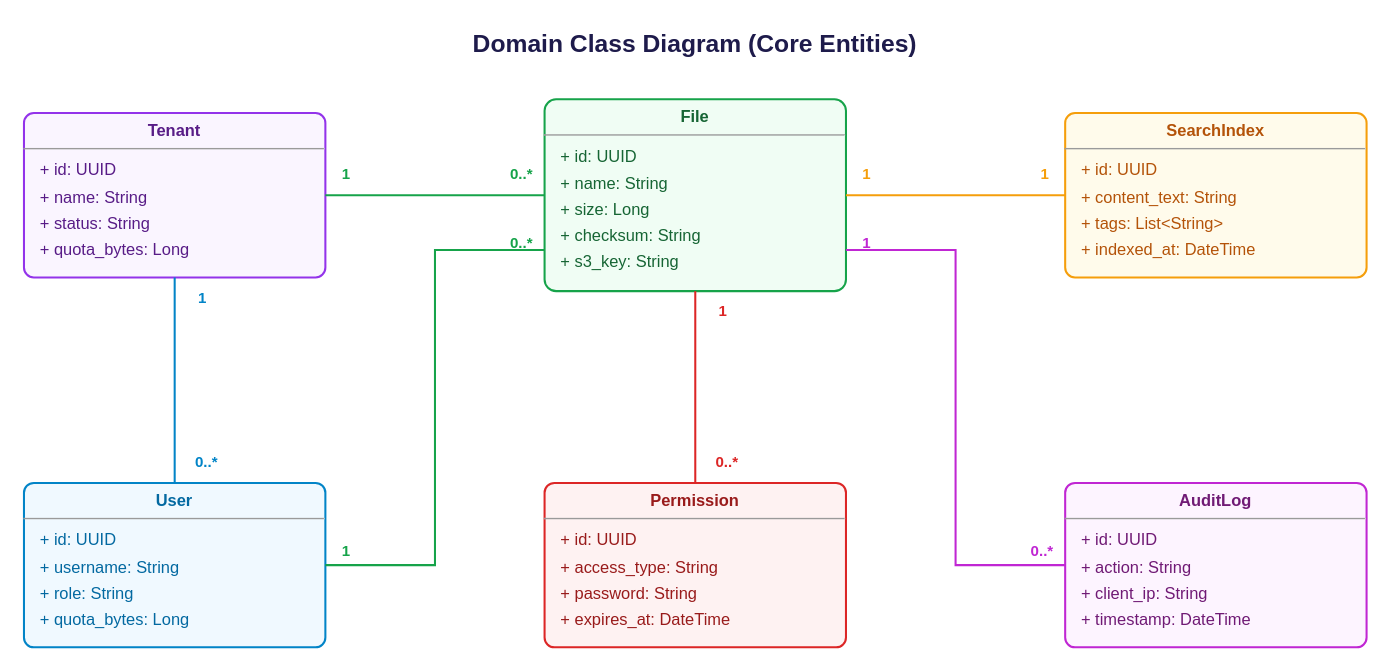
Before: domain_class_diagram_minimalist.drawio in FilestoreCloud/docs, a draw.io diagram. Source tidied: cells renumbered, new cells numbered last; positions are measured from the earlier drawing's top-left corner, leaving out a move shared by most shapes. Both pictures are drawn from the tidied source at 137%, with x=0, y=0 at pixel (23, 23).
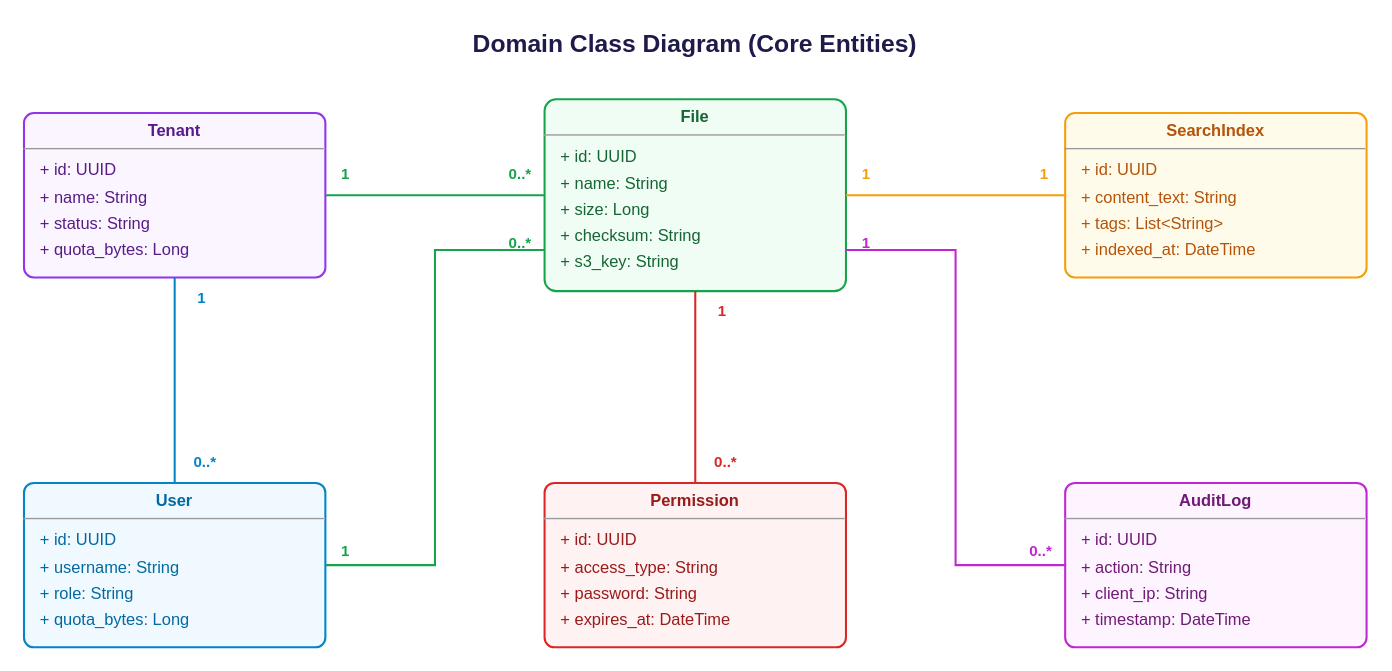
After the change.

The edit, as a diff of the source:
```diff
@@
-    <mxCell id="10" value="1" style="text;html=1;align=center;verticalAlign=middle;fontSize=11;fontStyle=1;fontColor=#0284C7;" parent="1" vertex="1">
+    <mxCell id="10" value="1" style="text;html=1;align=center;verticalAlign=middle;fontSize=11;fontStyle=1;fontColor=#0284C7;whiteSpace=wrap;" parent="1" vertex="1">
       <mxGeometry x="120" y="190" width="20" height="20" as="geometry" />
     </mxCell>
-    <mxCell id="11" value="0..*" style="text;html=1;align=center;verticalAlign=middle;fontSize=11;fontStyle=1;fontColor=#0284C7;" parent="1" vertex="1">
+    <mxCell id="11" value="0..*" style="text;html=1;align=center;verticalAlign=middle;fontSize=11;fontStyle=1;fontColor=#0284C7;whiteSpace=wrap;" parent="1" vertex="1">
       <mxGeometry x="120" y="310" width="25" height="20" as="geometry" />
     </mxCell>
@@
-    <mxCell id="13" value="1" style="text;html=1;align=center;verticalAlign=middle;fontSize=11;fontStyle=1;fontColor=#16A34A;" parent="1" vertex="1">
+    <mxCell id="13" value="1" style="text;html=1;align=center;verticalAlign=middle;fontSize=11;fontStyle=1;fontColor=#16A34A;whiteSpace=wrap;" parent="1" vertex="1">
       <mxGeometry x="225" y="100" width="20" height="20" as="geometry" />
     </mxCell>
-    <mxCell id="14" value="0..*" style="text;html=1;align=center;verticalAlign=middle;fontSize=11;fontStyle=1;fontColor=#16A34A;" parent="1" vertex="1">
+    <mxCell id="14" value="0..*" style="text;html=1;align=center;verticalAlign=middle;fontSize=11;fontStyle=1;fontColor=#16A34A;whiteSpace=wrap;" parent="1" vertex="1">
       <mxGeometry x="350" y="100" width="25" height="20" as="geometry" />
     </mxCell>
@@
-    <mxCell id="16" value="1" style="text;html=1;align=center;verticalAlign=middle;fontSize=11;fontStyle=1;fontColor=#16A34A;" parent="1" vertex="1">
+    <mxCell id="16" value="1" style="text;html=1;align=center;verticalAlign=middle;fontSize=11;fontStyle=1;fontColor=#16A34A;whiteSpace=wrap;" parent="1" vertex="1">
       <mxGeometry x="225" y="375" width="20" height="20" as="geometry" />
     </mxCell>
-    <mxCell id="17" value="0..*" style="text;html=1;align=center;verticalAlign=middle;fontSize=11;fontStyle=1;fontColor=#16A34A;" parent="1" vertex="1">
+    <mxCell id="17" value="0..*" style="text;html=1;align=center;verticalAlign=middle;fontSize=11;fontStyle=1;fontColor=#16A34A;whiteSpace=wrap;" parent="1" vertex="1">
       <mxGeometry x="350" y="150" width="25" height="20" as="geometry" />
     </mxCell>
@@
-    <mxCell id="19" value="1" style="text;html=1;align=center;verticalAlign=middle;fontSize=11;fontStyle=1;fontColor=#F59E0B;" parent="1" vertex="1">
+    <mxCell id="19" value="1" style="text;html=1;align=center;verticalAlign=middle;fontSize=11;fontStyle=1;fontColor=#F59E0B;whiteSpace=wrap;" parent="1" vertex="1">
       <mxGeometry x="605" y="100" width="20" height="20" as="geometry" />
     </mxCell>
-    <mxCell id="20" value="1" style="text;html=1;align=center;verticalAlign=middle;fontSize=11;fontStyle=1;fontColor=#F59E0B;" parent="1" vertex="1">
+    <mxCell id="20" value="1" style="text;html=1;align=center;verticalAlign=middle;fontSize=11;fontStyle=1;fontColor=#F59E0B;whiteSpace=wrap;" parent="1" vertex="1">
       <mxGeometry x="735" y="100" width="20" height="20" as="geometry" />
     </mxCell>
@@
-    <mxCell id="22" value="1" style="text;html=1;align=center;verticalAlign=middle;fontSize=11;fontStyle=1;fontColor=#DC2626;" parent="1" vertex="1">
+    <mxCell id="22" value="1" style="text;html=1;align=center;verticalAlign=middle;fontSize=11;fontStyle=1;fontColor=#DC2626;whiteSpace=wrap;" parent="1" vertex="1">
       <mxGeometry x="500" y="200" width="20" height="20" as="geometry" />
     </mxCell>
-    <mxCell id="23" value="0..*" style="text;html=1;align=center;verticalAlign=middle;fontSize=11;fontStyle=1;fontColor=#DC2626;" parent="1" vertex="1">
+    <mxCell id="23" value="0..*" style="text;html=1;align=center;verticalAlign=middle;fontSize=11;fontStyle=1;fontColor=#DC2626;whiteSpace=wrap;" parent="1" vertex="1">
       <mxGeometry x="500" y="310" width="25" height="20" as="geometry" />
     </mxCell>
@@
-    <mxCell id="25" value="1" style="text;html=1;align=center;verticalAlign=middle;fontSize=11;fontStyle=1;fontColor=#C026D3;" parent="1" vertex="1">
+    <mxCell id="25" value="1" style="text;html=1;align=center;verticalAlign=middle;fontSize=11;fontStyle=1;fontColor=#C026D3;whiteSpace=wrap;" parent="1" vertex="1">
       <mxGeometry x="605" y="150" width="20" height="20" as="geometry" />
     </mxCell>
-    <mxCell id="26" value="0..*" style="text;html=1;align=center;verticalAlign=middle;fontSize=11;fontStyle=1;fontColor=#C026D3;" parent="1" vertex="1">
+    <mxCell id="26" value="0..*" style="text;html=1;align=center;verticalAlign=middle;fontSize=11;fontStyle=1;fontColor=#C026D3;whiteSpace=wrap;" parent="1" vertex="1">
       <mxGeometry x="730" y="375" width="25" height="20" as="geometry" />
     </mxCell>
```
